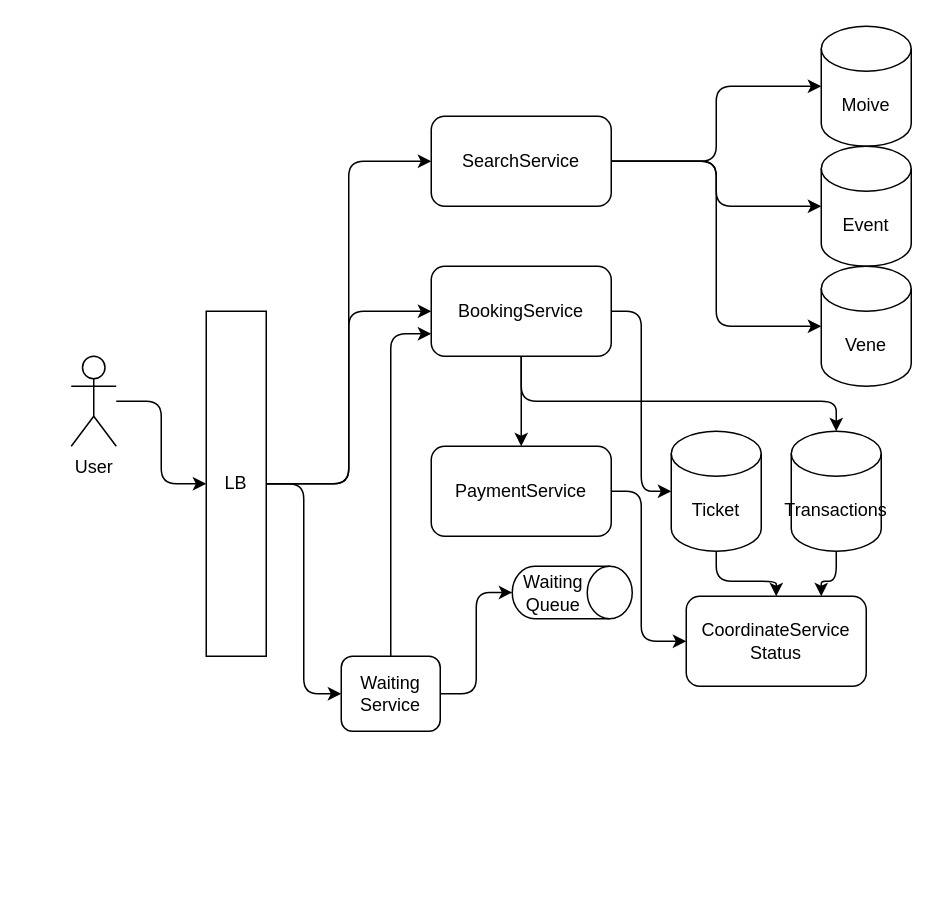
Earlier version of the draw.io diagram ticket-stock/ticket.drawio (wuqunfei/system-design-in-action). Source tidied: cells renumbered, new cells numbered last; positions are measured from the earlier drawing's top-left corner, leaving out a move shared by most shapes. Both pictures are drawn from the tidied source at 150%, with x=0, y=0 at pixel (70, 26).
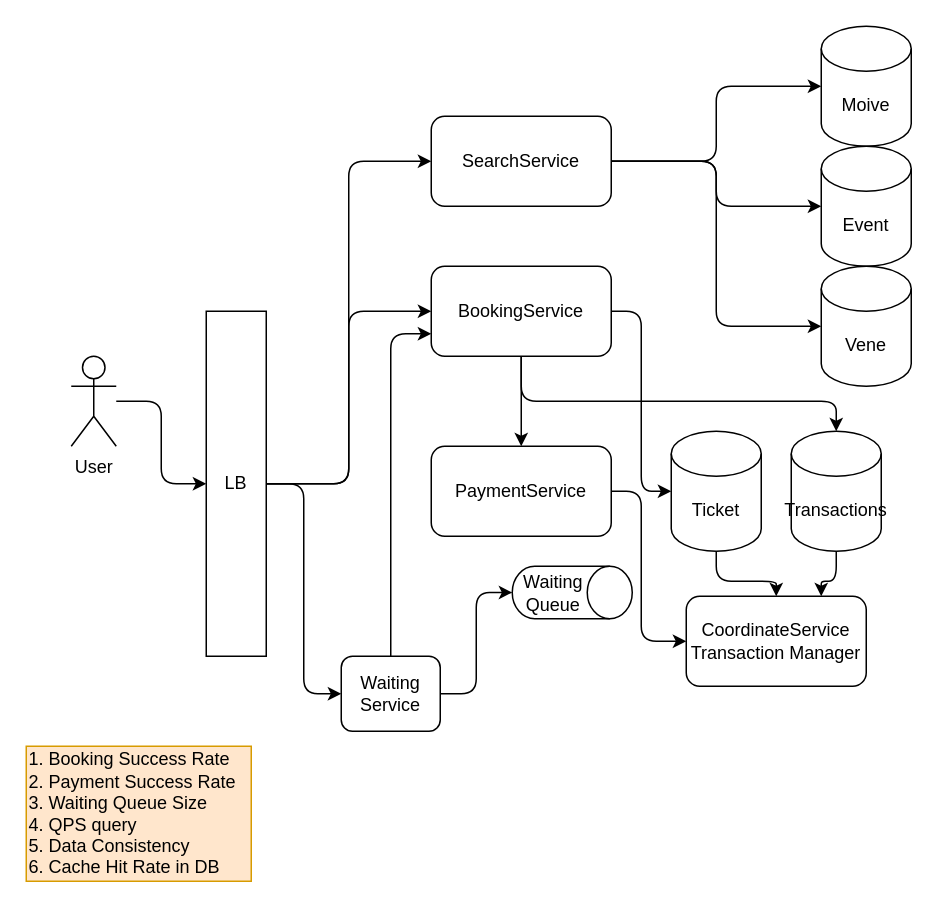
The same page after the edit.

The edit, as a diff of the source:
```diff
@@
-    <mxCell id="28" value="CoordinateService&lt;br&gt;Status" style="rounded=1;whiteSpace=wrap;html=1;" parent="1" vertex="1">
+    <mxCell id="28" value="CoordinateService&lt;br&gt;Transaction Manager" style="rounded=1;whiteSpace=wrap;html=1;" parent="1" vertex="1">
       <mxGeometry x="410" y="380" width="120" height="60" as="geometry" />
     </mxCell>
@@
+    <mxCell id="30" value="1. Booking Success Rate&lt;br&gt;2. Payment Success Rate&lt;br&gt;3. Waiting Queue Size&lt;br&gt;4. QPS query&lt;br&gt;5. Data Consistency&lt;br&gt;6. Cache Hit Rate in DB" style="text;html=1;align=left;verticalAlign=middle;strokeColor=#d79b00;fillColor=#ffe6cc;" parent="1" vertex="1">
+      <mxGeometry x="-30" y="480" width="150" height="90" as="geometry" />
+    </mxCell>
```
